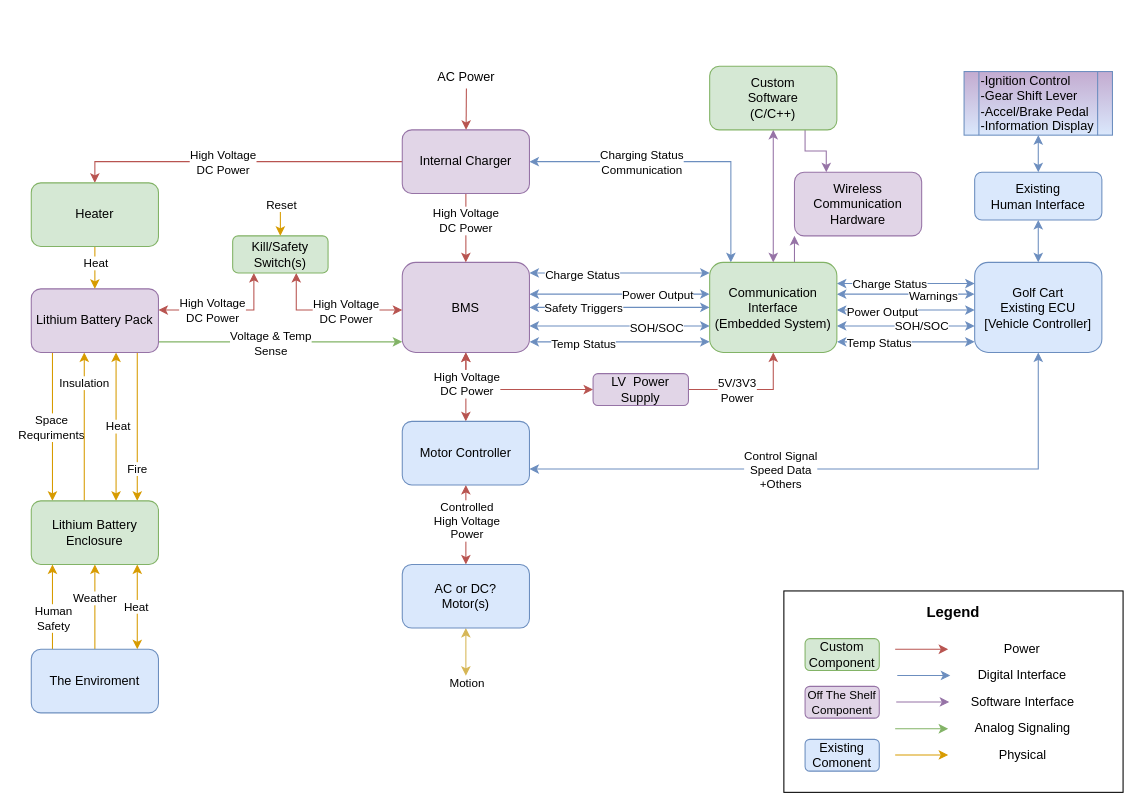
Earlier version of the draw.io diagram Diagrams/FSD v1.0.drawio (khallman97/ENG4000). Source tidied: cells renumbered, new cells numbered last; positions are measured from the earlier drawing's top-left corner, leaving out a move shared by most shapes. Both pictures are drawn from the tidied source at 106%, with x=0, y=0 at pixel (31, 66).
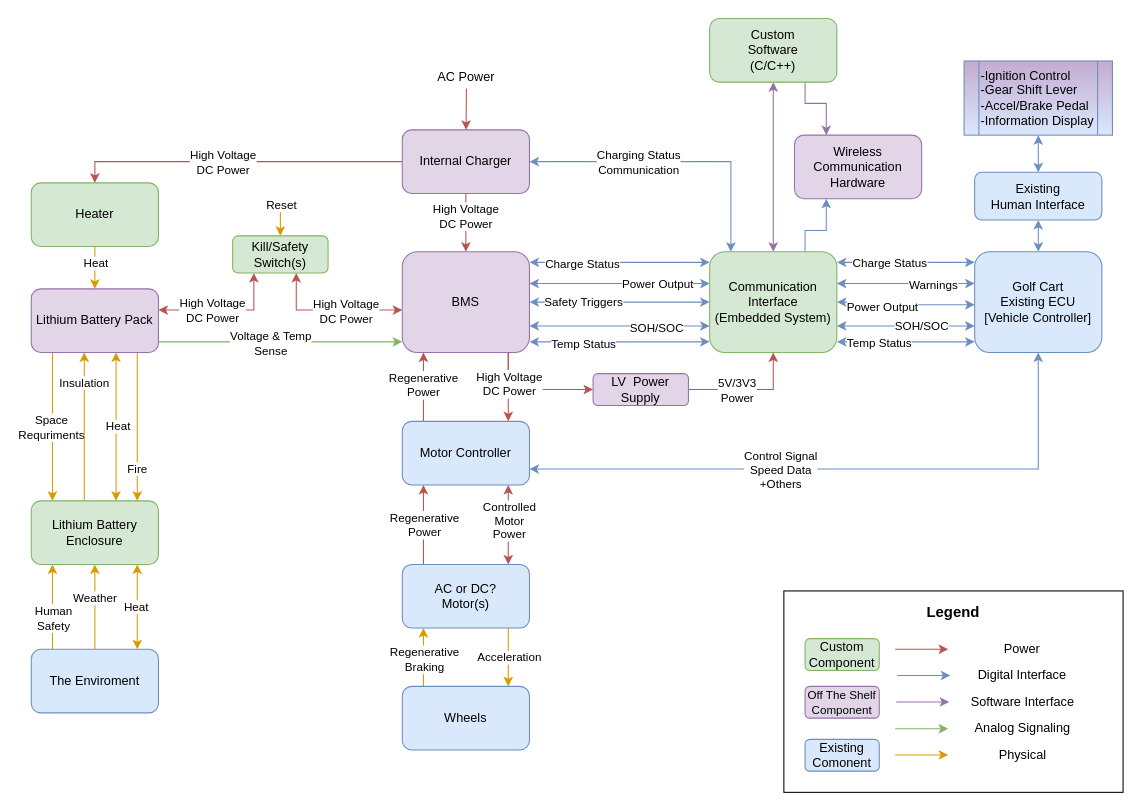
After the change.

The change refers to these unchanged cells:
```xml
<mxCell id="57" value="Motor Controller" style="rounded=1;whiteSpace=wrap;html=1;fillColor=#dae8fc;strokeColor=#6c8ebf;" parent="1" vertex="1">
  <mxGeometry x="350" y="335" width="120" height="60" as="geometry" />
</mxCell>
<mxCell id="60" value="&lt;div&gt;AC or DC?&lt;br&gt;&lt;/div&gt;&lt;div&gt;Motor(s)&lt;/div&gt;" style="rounded=1;whiteSpace=wrap;html=1;fillColor=#dae8fc;strokeColor=#6c8ebf;" parent="1" vertex="1">
  <mxGeometry x="350" y="470" width="120" height="60" as="geometry" />
</mxCell>
<mxCell id="67" value="LV&amp;nbsp; Power Supply" style="rounded=1;whiteSpace=wrap;html=1;align=center;fillColor=#e1d5e7;strokeColor=#9673a6;" parent="1" vertex="1">
  <mxGeometry x="530" y="290" width="90" height="30" as="geometry" />
</mxCell>
```

The edit, as a diff of the source:
```diff
@@
     <mxCell id="15" style="edgeStyle=orthogonalEdgeStyle;rounded=0;jettySize=auto;html=1;startArrow=classic;startFill=1;fillColor=#dae8fc;strokeColor=#6c8ebf;" parent="1" edge="1" source="24" target="48">
       <mxGeometry relative="1" as="geometry">
         <Array as="points">
-          <mxPoint x="570" y="195" />
-          <mxPoint x="570" y="195" />
+          <mxPoint x="580" y="185" />
+          <mxPoint x="580" y="185" />
         </Array>
       </mxGeometry>
     </mxCell>
@@
-    <mxCell id="17" style="edgeStyle=orthogonalEdgeStyle;rounded=0;jettySize=auto;html=1;startArrow=classic;startFill=1;endArrow=classic;endFill=1;fillColor=#f8cecc;strokeColor=#b85450;" parent="1" edge="1" source="24" target="67">
+    <mxCell id="17" style="edgeStyle=orthogonalEdgeStyle;rounded=0;jettySize=auto;html=1;startArrow=none;startFill=0;endArrow=classic;endFill=1;fillColor=#f8cecc;strokeColor=#b85450;" parent="1" edge="1" source="24" target="67">
       <mxGeometry relative="1" as="geometry">
         <Array as="points">
-          <mxPoint x="410" y="305" />
+          <mxPoint x="450" y="305" />
         </Array>
       </mxGeometry>
     </mxCell>
     <mxCell id="18" style="edgeStyle=orthogonalEdgeStyle;rounded=0;jettySize=auto;html=1;startArrow=classic;startFill=1;fillColor=#dae8fc;strokeColor=#6c8ebf;" parent="1" edge="1" source="24" target="48">
       <mxGeometry relative="1" as="geometry">
         <Array as="points">
-          <mxPoint x="550" y="215" />
-          <mxPoint x="550" y="215" />
+          <mxPoint x="540" y="205" />
+          <mxPoint x="540" y="205" />
         </Array>
       </mxGeometry>
     </mxCell>
@@
     <mxCell id="20" style="edgeStyle=orthogonalEdgeStyle;rounded=0;jettySize=auto;html=1;startArrow=classic;startFill=1;fillColor=#dae8fc;strokeColor=#6c8ebf;" parent="1" edge="1" source="24" target="48">
       <mxGeometry relative="1" as="geometry">
         <Array as="points">
-          <mxPoint x="570" y="228" />
-          <mxPoint x="570" y="228" />
+          <mxPoint x="570" y="223" />
+          <mxPoint x="570" y="223" />
         </Array>
       </mxGeometry>
     </mxCell>
@@
     <mxCell id="24" value="BMS" style="rounded=1;whiteSpace=wrap;html=1;fillColor=#e1d5e7;strokeColor=#9673a6;" parent="1" vertex="1">
-      <mxGeometry x="350" y="185" width="120" height="85" as="geometry" />
+      <mxGeometry x="350" y="175" width="120" height="95" as="geometry" />
     </mxCell>
@@
-    <mxCell id="34" value="&lt;div&gt;Internal Charger&lt;/div&gt;" style="rounded=1;whiteSpace=wrap;html=1;fillColor=#e1d5e7;strokeColor=#9673a6;" parent="1" vertex="1">
+    <mxCell id="34" value="&lt;div&gt;Internal Charger&lt;/div&gt;" style="rounded=1;whiteSpace=wrap;html=1;fillColor=#e1d5e7;strokeColor=#9673a6;glass=0;sketch=0;" parent="1" vertex="1">
       <mxGeometry x="350" y="60" width="120" height="60" as="geometry" />
     </mxCell>
     <mxCell id="35" style="edgeStyle=orthogonalEdgeStyle;rounded=0;jettySize=auto;html=1;startArrow=classic;startFill=1;endArrow=classic;endFill=1;fillColor=#dae8fc;strokeColor=#6c8ebf;" parent="1" edge="1" source="48" target="52">
       <mxGeometry relative="1" as="geometry">
         <Array as="points">
-          <mxPoint x="870" y="205" />
-          <mxPoint x="870" y="205" />
+          <mxPoint x="850" y="185" />
+          <mxPoint x="850" y="185" />
         </Array>
       </mxGeometry>
     </mxCell>
@@
-    <mxCell id="38" style="edgeStyle=orthogonalEdgeStyle;rounded=0;jettySize=auto;html=1;fillColor=#e1d5e7;strokeColor=#9673a6;" parent="1" edge="1" source="48" target="81">
+    <mxCell id="38" style="edgeStyle=orthogonalEdgeStyle;rounded=0;jettySize=auto;html=1;fillColor=#dae8fc;strokeColor=#6c8ebf;" parent="1" edge="1" source="48" target="81">
       <mxGeometry relative="1" as="geometry">
         <Array as="points">
-          <mxPoint x="730" y="185" />
-          <mxPoint x="750" y="185" />
+          <mxPoint x="730" y="155" />
+          <mxPoint x="750" y="155" />
         </Array>
       </mxGeometry>
     </mxCell>
@@
     <mxCell id="41" style="edgeStyle=orthogonalEdgeStyle;rounded=0;jettySize=auto;html=1;startArrow=classic;startFill=1;fillColor=#dae8fc;strokeColor=#6c8ebf;" parent="1" edge="1" source="48" target="52">
       <mxGeometry relative="1" as="geometry">
         <Array as="points">
-          <mxPoint x="790" y="230" />
-          <mxPoint x="790" y="230" />
+          <mxPoint x="825" y="223" />
+          <mxPoint x="825" y="225" />
         </Array>
       </mxGeometry>
     </mxCell>
@@
     <mxCell id="43" style="edgeStyle=orthogonalEdgeStyle;rounded=0;jettySize=auto;html=1;startArrow=classic;startFill=1;fillColor=#dae8fc;strokeColor=#6c8ebf;" parent="1" edge="1" source="48" target="52">
       <mxGeometry relative="1" as="geometry">
         <Array as="points">
-          <mxPoint x="860" y="215" />
-          <mxPoint x="860" y="215" />
+          <mxPoint x="790" y="205" />
+          <mxPoint x="790" y="205" />
         </Array>
       </mxGeometry>
     </mxCell>
@@
     <mxCell id="48" value="&lt;div&gt;Communication Interface&lt;/div&gt;&lt;div&gt;(Embedded System)&lt;br&gt;&lt;/div&gt;" style="rounded=1;whiteSpace=wrap;html=1;fillColor=#d5e8d4;strokeColor=#82b366;" parent="1" vertex="1">
-      <mxGeometry x="640" y="185" width="120" height="85" as="geometry" />
+      <mxGeometry x="640" y="175" width="120" height="95" as="geometry" />
     </mxCell>
@@
     <mxCell id="52" value="&lt;div&gt;Golf Cart&lt;/div&gt;&lt;div&gt;Existing ECU&lt;/div&gt;&lt;div&gt;[Vehicle Controller]&lt;br&gt;&lt;/div&gt;" style="rounded=1;whiteSpace=wrap;html=1;fillColor=#dae8fc;strokeColor=#6c8ebf;" parent="1" vertex="1">
-      <mxGeometry x="890" y="185" width="120" height="85" as="geometry" />
+      <mxGeometry x="890" y="175" width="120" height="95" as="geometry" />
     </mxCell>
-    <mxCell id="53" style="edgeStyle=orthogonalEdgeStyle;rounded=0;jettySize=auto;html=1;startArrow=classic;startFill=1;endArrow=classic;endFill=1;fillColor=#f8cecc;strokeColor=#b85450;" parent="1" edge="1" source="57" target="24">
-      <mxGeometry relative="1" as="geometry" />
+    <mxCell id="53" style="edgeStyle=orthogonalEdgeStyle;rounded=0;jettySize=auto;html=1;startArrow=classic;startFill=1;endArrow=none;endFill=0;fillColor=#f8cecc;strokeColor=#b85450;" parent="1" edge="1" source="57" target="24">
+      <mxGeometry relative="1" as="geometry">
+        <Array as="points">
+          <mxPoint x="450" y="325" />
+          <mxPoint x="450" y="325" />
+        </Array>
+      </mxGeometry>
     </mxCell>
@@
     <mxCell id="55" style="edgeStyle=orthogonalEdgeStyle;rounded=0;jettySize=auto;html=1;startArrow=classic;startFill=1;endArrow=classic;endFill=1;fillColor=#f8cecc;strokeColor=#b85450;" parent="1" edge="1" source="57" target="60">
       <mxGeometry relative="1" as="geometry">
         <Array as="points">
-          <mxPoint x="410" y="470" />
-          <mxPoint x="410" y="470" />
+          <mxPoint x="450" y="405" />
+          <mxPoint x="450" y="405" />
         </Array>
       </mxGeometry>
     </mxCell>
-    <mxCell id="56" value="&lt;div&gt;Controlled&lt;br&gt;&lt;/div&gt;&lt;div&gt;High Voltage&lt;/div&gt;&lt;div&gt;Power&lt;/div&gt;" style="edgeLabel;html=1;align=center;verticalAlign=middle;" parent="55" vertex="1">
+    <mxCell id="56" value="&lt;div&gt;Controlled&lt;br&gt;&lt;/div&gt;&lt;div&gt;Motor&lt;/div&gt;&lt;div&gt;Power&lt;/div&gt;" style="edgeLabel;html=1;align=center;verticalAlign=middle;" parent="55" vertex="1">
       <mxGeometry x="-0.27" relative="1" as="geometry">
         <mxPoint y="6.6" as="offset" />
       </mxGeometry>
     </mxCell>
+    <mxCell id="101" style="edgeStyle=orthogonalEdgeStyle;rounded=0;sketch=0;jettySize=auto;html=1;startArrow=none;startFill=0;endArrow=classic;endFill=1;fillColor=#f8cecc;strokeColor=#b85450;" parent="1" edge="1" source="57" target="24">
+      <mxGeometry relative="1" as="geometry">
+        <Array as="points">
+          <mxPoint x="370" y="325" />
+          <mxPoint x="370" y="325" />
+        </Array>
+      </mxGeometry>
+    </mxCell>
+    <mxCell id="102" value="&lt;div&gt;Regenerative&lt;/div&gt;&lt;div&gt;Power&lt;br&gt;&lt;/div&gt;" style="edgeLabel;html=1;align=center;verticalAlign=middle;" parent="101" vertex="1">
+      <mxGeometry x="-0.08" y="3" relative="1" as="geometry">
+        <mxPoint x="2" y="-4.7" as="offset" />
+      </mxGeometry>
+    </mxCell>
@@
-    <mxCell id="58" style="edgeStyle=orthogonalEdgeStyle;rounded=0;jettySize=auto;html=1;startArrow=classic;startFill=1;fillColor=#fff2cc;strokeColor=#d6b656;" parent="1" edge="1" source="60">
-      <mxGeometry relative="1" as="geometry">
-        <mxPoint x="410" y="575" as="targetPoint" />
-      </mxGeometry>
-    </mxCell>
-    <mxCell id="59" value="Motion" style="edgeLabel;html=1;align=center;verticalAlign=middle;" parent="58" vertex="1">
-      <mxGeometry x="0.29" y="1" relative="1" as="geometry">
-        <mxPoint x="-1" y="22.9" as="offset" />
-      </mxGeometry>
-    </mxCell>
+    <mxCell id="103" style="edgeStyle=orthogonalEdgeStyle;rounded=0;sketch=0;jettySize=auto;html=1;startArrow=classic;startFill=1;fillColor=#ffe6cc;strokeColor=#d79b00;endArrow=none;endFill=0;" parent="1" edge="1" source="60" target="109">
+      <mxGeometry relative="1" as="geometry">
+        <Array as="points">
+          <mxPoint x="370" y="555" />
+          <mxPoint x="370" y="555" />
+        </Array>
+      </mxGeometry>
+    </mxCell>
+    <mxCell id="104" value="&lt;div&gt;Regenerative&lt;/div&gt;&lt;div&gt;Braking&lt;br&gt;&lt;/div&gt;" style="edgeLabel;html=1;align=center;verticalAlign=middle;" parent="103" vertex="1">
+      <mxGeometry x="-0.25" relative="1" as="geometry">
+        <mxPoint y="8" as="offset" />
+      </mxGeometry>
+    </mxCell>
+    <mxCell id="105" style="edgeStyle=orthogonalEdgeStyle;rounded=0;sketch=0;jettySize=auto;html=1;startArrow=none;startFill=0;fillColor=#ffe6cc;strokeColor=#d79b00;endArrow=classic;endFill=1;" parent="1" edge="1" source="60" target="109">
+      <mxGeometry relative="1" as="geometry">
+        <Array as="points">
+          <mxPoint x="450" y="565" />
+          <mxPoint x="450" y="565" />
+        </Array>
+      </mxGeometry>
+    </mxCell>
+    <mxCell id="106" value="Acceleration" style="edgeLabel;html=1;align=center;verticalAlign=middle;" parent="105" vertex="1">
+      <mxGeometry x="-0.11" y="-2" relative="1" as="geometry">
+        <mxPoint x="2" y="3.1" as="offset" />
+      </mxGeometry>
+    </mxCell>
+    <mxCell id="107" style="edgeStyle=orthogonalEdgeStyle;rounded=0;sketch=0;jettySize=auto;html=1;startArrow=none;startFill=0;endArrow=classic;endFill=1;fillColor=#f8cecc;strokeColor=#b85450;" parent="1" edge="1" source="60" target="57">
+      <mxGeometry relative="1" as="geometry">
+        <Array as="points">
+          <mxPoint x="370" y="435" />
+          <mxPoint x="370" y="435" />
+        </Array>
+      </mxGeometry>
+    </mxCell>
+    <mxCell id="108" value="&lt;div&gt;Regenerative&lt;/div&gt;&lt;div&gt;Power&lt;br&gt;&lt;/div&gt;" style="edgeLabel;html=1;align=center;verticalAlign=middle;" parent="107" vertex="1">
+      <mxGeometry x="0.31" relative="1" as="geometry">
+        <mxPoint y="11" as="offset" />
+      </mxGeometry>
+    </mxCell>
@@
     <mxCell id="63" style="edgeStyle=orthogonalEdgeStyle;rounded=0;jettySize=auto;html=1;fillColor=#e1d5e7;strokeColor=#9673a6;" parent="1" edge="1" source="64" target="81">
       <mxGeometry relative="1" as="geometry">
         <Array as="points">
-          <mxPoint x="730" y="80" />
-          <mxPoint x="750" y="80" />
+          <mxPoint x="730" y="35" />
+          <mxPoint x="750" y="35" />
         </Array>
       </mxGeometry>
     </mxCell>
     <mxCell id="64" value="&lt;div&gt;Custom&lt;br&gt;&lt;/div&gt;&lt;div&gt;Software&lt;/div&gt;&lt;div&gt;(C/C++)&lt;br&gt;&lt;/div&gt;" style="rounded=1;whiteSpace=wrap;html=1;fillColor=#d5e8d4;strokeColor=#82b366;" parent="1" vertex="1">
-      <mxGeometry x="640" width="120" height="60" as="geometry" />
+      <mxGeometry x="640" y="-45" width="120" height="60" as="geometry" />
     </mxCell>
@@
     <mxCell id="81" value="&lt;div&gt;Wireless&lt;/div&gt;&lt;div&gt;Communication&lt;/div&gt;&lt;div&gt;Hardware&lt;br&gt;&lt;/div&gt;" style="rounded=1;whiteSpace=wrap;html=1;fillColor=#e1d5e7;strokeColor=#9673a6;" parent="1" vertex="1">
-      <mxGeometry x="720" y="100" width="120" height="60" as="geometry" />
+      <mxGeometry x="720" y="65" width="120" height="60" as="geometry" />
     </mxCell>
@@
     <mxCell id="100" value="&lt;div&gt;-Ignition Control&lt;/div&gt;&lt;div&gt;-Gear Shift Lever&lt;/div&gt;&lt;div&gt;-Accel/Brake Pedal&lt;br&gt;&lt;/div&gt;&lt;div&gt;-Information Display&lt;br&gt;&lt;/div&gt;" style="shape=process;whiteSpace=wrap;html=1;backgroundOutline=1;align=left;fillColor=#dae8fc;strokeColor=#6c8ebf;gradientColor=#C3ABD0;gradientDirection=north;" parent="1" vertex="1">
-      <mxGeometry x="880" y="5" width="140" height="60" as="geometry" />
+      <mxGeometry x="880" y="-5" width="140" height="70" as="geometry" />
     </mxCell>
+    <mxCell id="109" value="&lt;div align=&quot;center&quot;&gt;Wheels&lt;/div&gt;" style="rounded=1;whiteSpace=wrap;html=1;glass=0;sketch=0;strokeColor=#6c8ebf;align=center;fillColor=#dae8fc;" parent="1" vertex="1">
+      <mxGeometry x="350" y="585" width="120" height="60" as="geometry" />
+    </mxCell>
```
